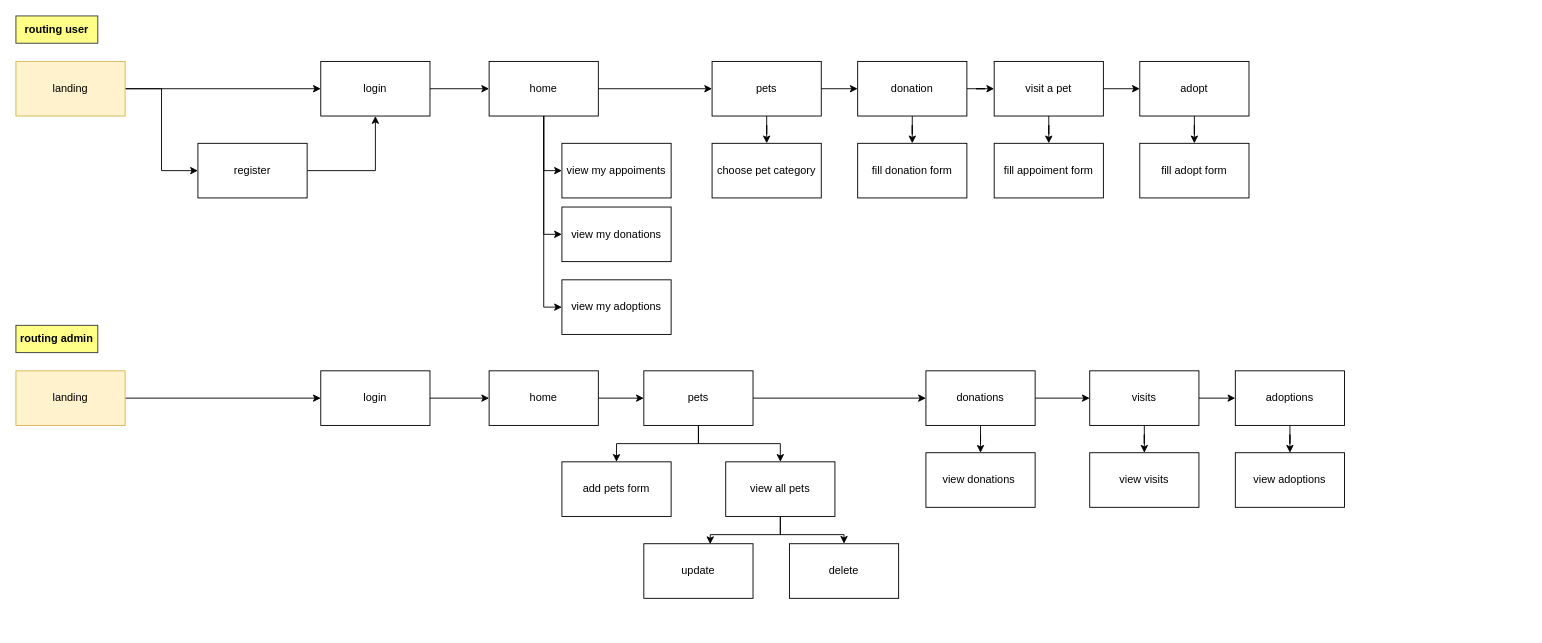
Above: docs/2 design/routing.drawio in AlbuMihaela/Animal-Application (draw.io), before the change. Source tidied: cells renumbered, new cells numbered last; positions are measured from the earlier drawing's top-left corner, leaving out a move shared by most shapes. Both pictures are drawn from the tidied source at 91%, with x=0, y=0 at pixel (15, 15).
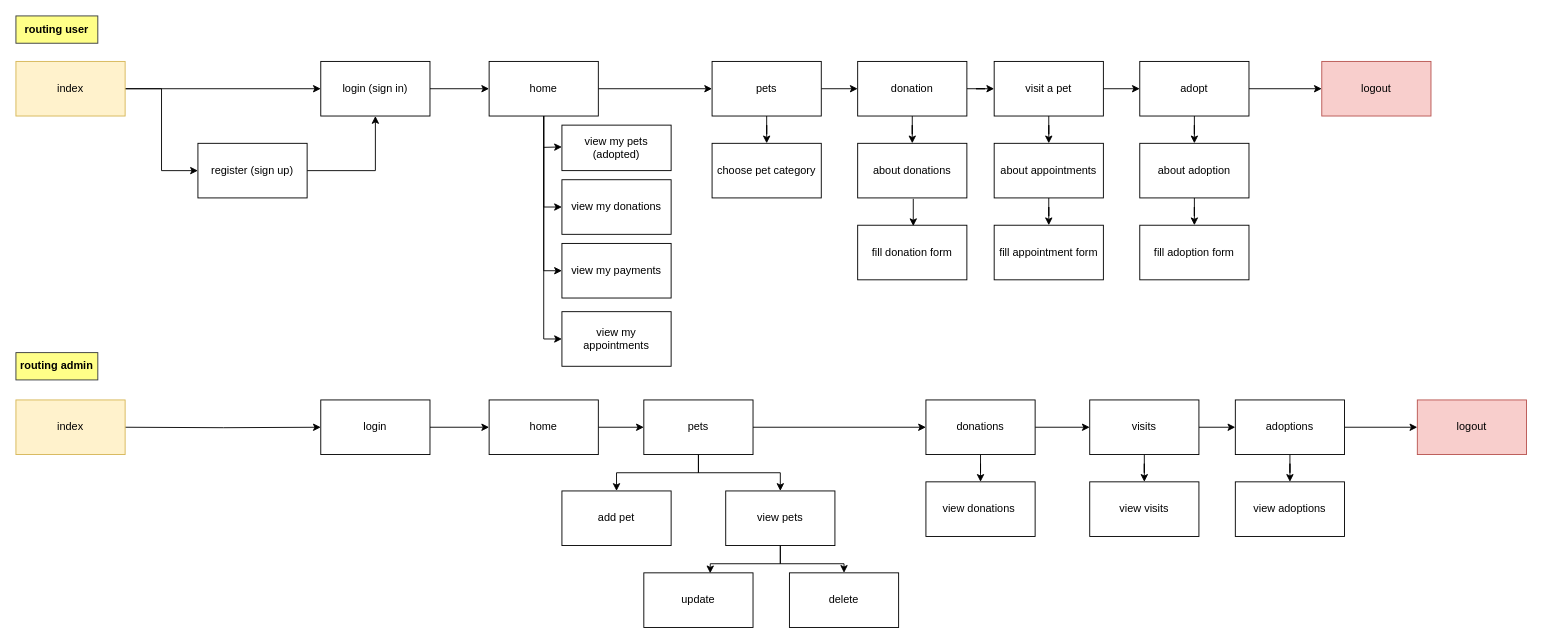
The same page after the edit.

Unchanged cells that the change refers to:
```xml
<mxCell id="45" value="adopt" style="rounded=0;whiteSpace=wrap;html=1;" parent="1" vertex="1">
  <mxGeometry x="1235" y="50" width="120" height="60" as="geometry" />
</mxCell>
```

The edit, as a diff of the source:
```diff
@@
-    <mxCell id="9" value="landing" style="rounded=0;whiteSpace=wrap;html=1;fillColor=#fff2cc;strokeColor=#d6b656;" parent="1" vertex="1">
+    <mxCell id="9" value="index" style="rounded=0;whiteSpace=wrap;html=1;fillColor=#fff2cc;strokeColor=#d6b656;" parent="1" vertex="1">
       <mxGeometry y="50" width="120" height="60" as="geometry" />
     </mxCell>
@@
-    <mxCell id="11" value="login" style="whiteSpace=wrap;html=1;rounded=0;" parent="1" vertex="1">
+    <mxCell id="11" value="login (sign in)" style="whiteSpace=wrap;html=1;rounded=0;" parent="1" vertex="1">
       <mxGeometry x="335" y="50" width="120" height="60" as="geometry" />
     </mxCell>
@@
-    <mxCell id="13" value="register" style="whiteSpace=wrap;html=1;rounded=0;" parent="1" vertex="1">
+    <mxCell id="13" value="register (sign up)" style="whiteSpace=wrap;html=1;rounded=0;" parent="1" vertex="1">
       <mxGeometry x="200" y="140" width="120" height="60" as="geometry" />
     </mxCell>
@@
     <mxCell id="22" value="home" style="rounded=0;whiteSpace=wrap;html=1;" parent="1" vertex="1">
-      <mxGeometry x="520" y="390" width="120" height="60" as="geometry" />
+      <mxGeometry x="520" y="422" width="120" height="60" as="geometry" />
     </mxCell>
-    <mxCell id="23" style="edgeStyle=orthogonalEdgeStyle;rounded=0;jettySize=auto;html=1;" parent="1" edge="1" source="24" target="26">
-      <mxGeometry relative="1" as="geometry" />
+    <mxCell id="23" style="edgeStyle=orthogonalEdgeStyle;rounded=0;jettySize=auto;html=1;" parent="1" edge="1" target="26">
+      <mxGeometry relative="1" as="geometry">
+        <mxPoint x="120" y="452" as="sourcePoint" />
+      </mxGeometry>
     </mxCell>
-    <mxCell id="24" value="landing" style="rounded=0;whiteSpace=wrap;html=1;fillColor=#fff2cc;strokeColor=#d6b656;" parent="1" vertex="1">
-      <mxGeometry y="390" width="120" height="60" as="geometry" />
+    <mxCell id="24" value="index" style="rounded=0;whiteSpace=wrap;html=1;fillColor=#fff2cc;strokeColor=#d6b656;" parent="1" vertex="1">
+      <mxGeometry y="422" width="120" height="60" as="geometry" />
     </mxCell>
@@
     <mxCell id="26" value="login" style="whiteSpace=wrap;html=1;rounded=0;" parent="1" vertex="1">
-      <mxGeometry x="335" y="390" width="120" height="60" as="geometry" />
+      <mxGeometry x="335" y="422" width="120" height="60" as="geometry" />
     </mxCell>
@@
     <mxCell id="30" value="pets" style="rounded=0;whiteSpace=wrap;html=1;" parent="1" vertex="1">
-      <mxGeometry x="690" y="390" width="120" height="60" as="geometry" />
+      <mxGeometry x="690" y="422" width="120" height="60" as="geometry" />
     </mxCell>
@@
     <mxCell id="33" value="donations" style="rounded=0;whiteSpace=wrap;html=1;" parent="1" vertex="1">
-      <mxGeometry x="1000" y="390" width="120" height="60" as="geometry" />
+      <mxGeometry x="1000" y="422" width="120" height="60" as="geometry" />
     </mxCell>
-    <mxCell id="34" value="add pets form" style="rounded=0;whiteSpace=wrap;html=1;" parent="1" vertex="1">
-      <mxGeometry x="600" y="490" width="120" height="60" as="geometry" />
+    <mxCell id="34" value="add pet" style="rounded=0;whiteSpace=wrap;html=1;" parent="1" vertex="1">
+      <mxGeometry x="600" y="522" width="120" height="60" as="geometry" />
     </mxCell>
     <mxCell id="35" value="view donations&amp;nbsp;" style="whiteSpace=wrap;html=1;rounded=0;" parent="1" vertex="1">
-      <mxGeometry x="1000" y="480" width="120" height="60" as="geometry" />
+      <mxGeometry x="1000" y="512" width="120" height="60" as="geometry" />
     </mxCell>
@@
     <mxCell id="38" value="visits" style="rounded=0;whiteSpace=wrap;html=1;" parent="1" vertex="1">
-      <mxGeometry x="1180" y="390" width="120" height="60" as="geometry" />
+      <mxGeometry x="1180" y="422" width="120" height="60" as="geometry" />
     </mxCell>
     <mxCell id="39" value="view visits" style="rounded=0;whiteSpace=wrap;html=1;" parent="1" vertex="1">
-      <mxGeometry x="1180" y="480" width="120" height="60" as="geometry" />
+      <mxGeometry x="1180" y="512" width="120" height="60" as="geometry" />
     </mxCell>
     <mxCell id="40" value="routing admin" style="rounded=0;whiteSpace=wrap;html=1;fillColor=#ffff88;strokeColor=#36393d;fontStyle=1;" parent="1" vertex="1">
-      <mxGeometry y="340" width="90" height="30" as="geometry" />
+      <mxGeometry y="370" width="90" height="30" as="geometry" />
     </mxCell>
@@
+    <mxCell id="63" style="edgeStyle=orthogonalEdgeStyle;rounded=0;jettySize=auto;html=1;" parent="1" edge="1" source="45" target="73">
+      <mxGeometry relative="1" as="geometry" />
+    </mxCell>
@@
+    <mxCell id="64" style="edgeStyle=orthogonalEdgeStyle;rounded=0;jettySize=auto;html=1;" parent="1" edge="1" source="49" target="72">
+      <mxGeometry relative="1" as="geometry" />
+    </mxCell>
-    <mxCell id="49" value="fill adopt form" style="rounded=0;whiteSpace=wrap;html=1;" parent="1" vertex="1">
+    <mxCell id="49" value="about adoption" style="rounded=0;whiteSpace=wrap;html=1;" parent="1" vertex="1">
       <mxGeometry x="1235" y="140" width="120" height="60" as="geometry" />
     </mxCell>
+    <mxCell id="65" style="edgeStyle=orthogonalEdgeStyle;rounded=0;jettySize=auto;html=1;" parent="1" edge="1" source="50" target="71">
+      <mxGeometry relative="1" as="geometry" />
+    </mxCell>
-    <mxCell id="50" value="fill appoiment form" style="rounded=0;whiteSpace=wrap;html=1;" parent="1" vertex="1">
+    <mxCell id="50" value="about appointments" style="rounded=0;whiteSpace=wrap;html=1;" parent="1" vertex="1">
       <mxGeometry x="1075" y="140" width="120" height="60" as="geometry" />
     </mxCell>
-    <mxCell id="51" value="fill donation form" style="rounded=0;whiteSpace=wrap;html=1;" parent="1" vertex="1">
+    <mxCell id="51" value="about donations" style="rounded=0;whiteSpace=wrap;html=1;" parent="1" vertex="1">
       <mxGeometry x="925" y="140" width="120" height="60" as="geometry" />
     </mxCell>
@@
+    <mxCell id="66" style="edgeStyle=orthogonalEdgeStyle;rounded=0;jettySize=auto;html=1;" parent="1" edge="1" source="53" target="74">
+      <mxGeometry relative="1" as="geometry" />
+    </mxCell>
     <mxCell id="53" value="adoptions" style="rounded=0;whiteSpace=wrap;html=1;" parent="1" vertex="1">
-      <mxGeometry x="1340" y="390" width="120" height="60" as="geometry" />
+      <mxGeometry x="1340" y="422" width="120" height="60" as="geometry" />
     </mxCell>
@@
-    <mxCell id="56" value="view all pets" style="rounded=0;whiteSpace=wrap;html=1;" parent="1" vertex="1">
-      <mxGeometry x="780" y="490" width="120" height="60" as="geometry" />
+    <mxCell id="56" value="view pets" style="rounded=0;whiteSpace=wrap;html=1;" parent="1" vertex="1">
+      <mxGeometry x="780" y="522" width="120" height="60" as="geometry" />
     </mxCell>
     <mxCell id="57" value="view adoptions" style="rounded=0;whiteSpace=wrap;html=1;" parent="1" vertex="1">
-      <mxGeometry x="1340" y="480" width="120" height="60" as="geometry" />
+      <mxGeometry x="1340" y="512" width="120" height="60" as="geometry" />
     </mxCell>
     <mxCell id="58" value="update" style="rounded=0;whiteSpace=wrap;html=1;" parent="1" vertex="1">
-      <mxGeometry x="690" y="580" width="120" height="60" as="geometry" />
+      <mxGeometry x="690" y="612" width="120" height="60" as="geometry" />
     </mxCell>
     <mxCell id="59" value="delete" style="rounded=0;whiteSpace=wrap;html=1;" parent="1" vertex="1">
-      <mxGeometry x="850" y="580" width="120" height="60" as="geometry" />
+      <mxGeometry x="850" y="612" width="120" height="60" as="geometry" />
     </mxCell>
-    <mxCell id="60" value="view my appoiments" style="rounded=0;whiteSpace=wrap;html=1;" parent="1" vertex="1">
-      <mxGeometry x="600" y="140" width="120" height="60" as="geometry" />
+    <mxCell id="60" value="view my donations" style="rounded=0;whiteSpace=wrap;html=1;" parent="1" vertex="1">
+      <mxGeometry x="600" y="180" width="120" height="60" as="geometry" />
     </mxCell>
-    <mxCell id="61" value="view my donations" style="rounded=0;whiteSpace=wrap;html=1;" parent="1" vertex="1">
-      <mxGeometry x="600" y="210" width="120" height="60" as="geometry" />
+    <mxCell id="61" value="view my payments" style="rounded=0;whiteSpace=wrap;html=1;" parent="1" vertex="1">
+      <mxGeometry x="600" y="250" width="120" height="60" as="geometry" />
     </mxCell>
-    <mxCell id="62" value="view my adoptions" style="rounded=0;whiteSpace=wrap;html=1;" parent="1" vertex="1">
-      <mxGeometry x="600" y="290" width="120" height="60" as="geometry" />
+    <mxCell id="62" value="view my appointments" style="rounded=0;whiteSpace=wrap;html=1;" parent="1" vertex="1">
+      <mxGeometry x="600" y="325" width="120" height="60" as="geometry" />
     </mxCell>
+    <mxCell id="67" value="view my pets (adopted)" style="rounded=0;whiteSpace=wrap;html=1;" parent="1" vertex="1">
+      <mxGeometry x="600" y="120" width="120" height="50" as="geometry" />
+    </mxCell>
+    <mxCell id="68" style="endArrow=classic;html=1;" parent="1" edge="1">
+      <mxGeometry relative="1" as="geometry">
+        <mxPoint x="580" y="144.4" as="sourcePoint" />
+        <mxPoint x="600" y="144" as="targetPoint" />
+      </mxGeometry>
+    </mxCell>
+    <mxCell id="69" value="fill donation form" style="rounded=0;whiteSpace=wrap;html=1;" parent="1" vertex="1">
+      <mxGeometry x="925" y="230" width="120" height="60" as="geometry" />
+    </mxCell>
+    <mxCell id="70" style="edgeStyle=orthogonalEdgeStyle;rounded=0;orthogonalLoop=1;jettySize=auto;html=1;" parent="1" edge="1">
+      <mxGeometry relative="1" as="geometry">
+        <mxPoint x="986.1" y="201" as="sourcePoint" />
+        <mxPoint x="986.1" y="231" as="targetPoint" />
+      </mxGeometry>
+    </mxCell>
+    <mxCell id="71" value="fill appointment form" style="rounded=0;whiteSpace=wrap;html=1;" parent="1" vertex="1">
+      <mxGeometry x="1075" y="230" width="120" height="60" as="geometry" />
+    </mxCell>
+    <mxCell id="72" value="fill adoption form" style="rounded=0;whiteSpace=wrap;html=1;" parent="1" vertex="1">
+      <mxGeometry x="1235" y="230" width="120" height="60" as="geometry" />
+    </mxCell>
+    <mxCell id="73" value="logout" style="rounded=0;whiteSpace=wrap;html=1;fillColor=#f8cecc;strokeColor=#b85450;" parent="1" vertex="1">
+      <mxGeometry x="1435" y="50" width="120" height="60" as="geometry" />
+    </mxCell>
+    <mxCell id="74" value="logout" style="rounded=0;whiteSpace=wrap;html=1;fillColor=#f8cecc;strokeColor=#b85450;" parent="1" vertex="1">
+      <mxGeometry x="1540" y="422" width="120" height="60" as="geometry" />
+    </mxCell>
```
